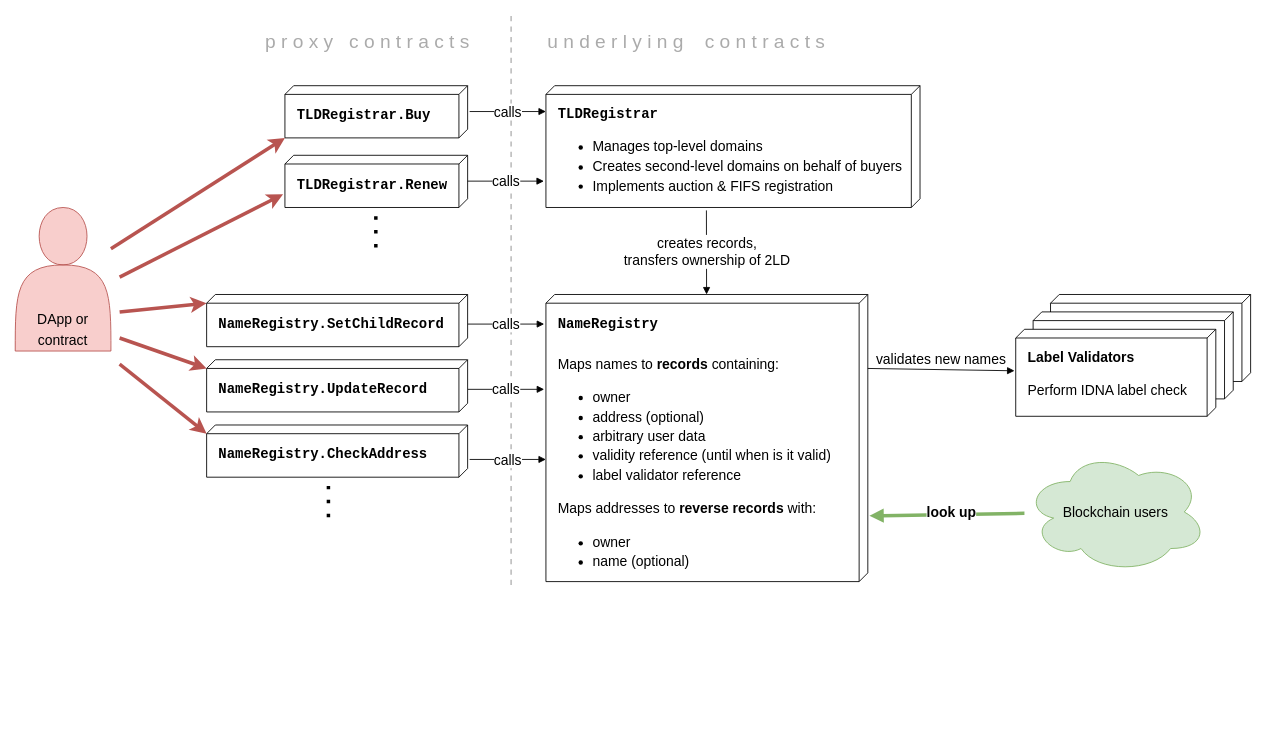
The draw.io diagram .gitbook/assets/smart_contracts.drawio in tezos-domains/docs, before the edit. Source tidied: cells renumbered, new cells numbered last; positions are measured from the earlier drawing's top-left corner, leaving out a move shared by most shapes. Both pictures are drawn from the tidied source at 87%, with x=0, y=0 at pixel (15, 16).
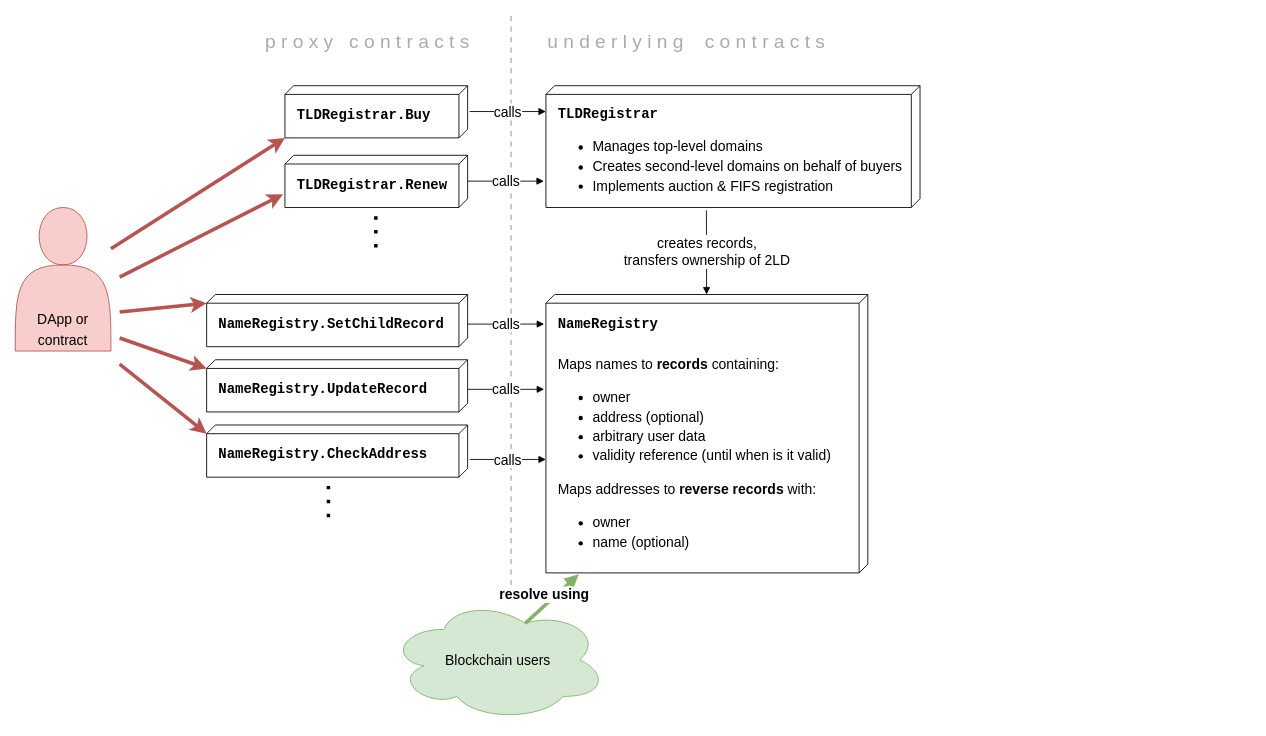
Above is the later version.

Commit message:
update smart contract overview diagram

The edit, as a diff of the source:
```diff
@@
-    <mxCell id="3" value="&lt;font&gt;&lt;br&gt;&lt;/font&gt;" style="verticalAlign=top;align=left;spacingTop=16;spacingLeft=12;spacingRight=12;shape=cube;size=10;direction=south;fontStyle=0;html=1;fontSize=16;fontColor=#000000;" parent="1" vertex="1">
-      <mxGeometry x="1190" y="320" width="230" height="100" as="geometry" />
-    </mxCell>
-    <mxCell id="4" value="&lt;font&gt;&lt;br&gt;&lt;/font&gt;" style="verticalAlign=top;align=left;spacingTop=16;spacingLeft=12;spacingRight=12;shape=cube;size=10;direction=south;fontStyle=0;html=1;fontSize=16;fontColor=#000000;" parent="1" vertex="1">
-      <mxGeometry x="1170" y="340" width="230" height="100" as="geometry" />
-    </mxCell>
-    <mxCell id="5" value="&lt;font style=&quot;line-height: 140%&quot;&gt;&lt;font face=&quot;Courier New&quot;&gt;&lt;b&gt;&lt;font style=&quot;font-size: 16px&quot;&gt;NameRegistry&lt;/font&gt;&lt;br style=&quot;font-size: 16px&quot;&gt;&lt;br style=&quot;font-size: 16px&quot;&gt;&lt;/b&gt;&lt;/font&gt;Maps names to &lt;b&gt;records&lt;/b&gt; containing:&lt;br&gt;&lt;ul style=&quot;font-size: 16px&quot;&gt;&lt;li&gt;&lt;font style=&quot;font-size: 16px&quot;&gt;owner&lt;/font&gt;&lt;/li&gt;&lt;li&gt;address (optional)&lt;/li&gt;&lt;li&gt;&lt;span&gt;arbitrary user data&lt;/span&gt;&lt;/li&gt;&lt;li&gt;&lt;span&gt;validity reference (until when is&amp;nbsp;&lt;/span&gt;it valid)&lt;/li&gt;&lt;li&gt;label validator reference&lt;/li&gt;&lt;/ul&gt;&lt;div&gt;Maps addresses to &lt;b&gt;reverse records&lt;/b&gt; with:&lt;br&gt;&lt;ul style=&quot;line-height: 22.4px&quot;&gt;&lt;li&gt;owner&lt;/li&gt;&lt;li&gt;name (optional)&lt;/li&gt;&lt;/ul&gt;&lt;/div&gt;&lt;/font&gt;" style="verticalAlign=top;align=left;spacingTop=16;spacingLeft=12;spacingRight=12;shape=cube;size=10;direction=south;fontStyle=0;html=1;fontSize=16;fontColor=#000000;whiteSpace=wrap;" parent="1" vertex="1">
-      <mxGeometry x="610" y="320" width="370" height="330" as="geometry" />
+    <mxCell id="5" value="&lt;font style=&quot;line-height: 140%&quot;&gt;&lt;font face=&quot;Courier New&quot;&gt;&lt;b&gt;&lt;font style=&quot;font-size: 16px&quot;&gt;NameRegistry&lt;/font&gt;&lt;br style=&quot;font-size: 16px&quot;&gt;&lt;br style=&quot;font-size: 16px&quot;&gt;&lt;/b&gt;&lt;/font&gt;Maps names to &lt;b&gt;records&lt;/b&gt; containing:&lt;br&gt;&lt;ul style=&quot;font-size: 16px&quot;&gt;&lt;li&gt;&lt;font style=&quot;font-size: 16px&quot;&gt;owner&lt;/font&gt;&lt;/li&gt;&lt;li&gt;address (optional)&lt;/li&gt;&lt;li&gt;&lt;span&gt;arbitrary user data&lt;/span&gt;&lt;/li&gt;&lt;li&gt;&lt;span&gt;validity reference (until when is&amp;nbsp;&lt;/span&gt;it valid)&lt;/li&gt;&lt;/ul&gt;&lt;div&gt;Maps addresses to &lt;b&gt;reverse records&lt;/b&gt; with:&lt;br&gt;&lt;ul style=&quot;line-height: 22.4px&quot;&gt;&lt;li&gt;owner&lt;/li&gt;&lt;li&gt;name (optional)&lt;/li&gt;&lt;/ul&gt;&lt;/div&gt;&lt;/font&gt;" style="verticalAlign=top;align=left;spacingTop=16;spacingLeft=12;spacingRight=12;shape=cube;size=10;direction=south;fontStyle=0;html=1;fontSize=16;fontColor=#000000;whiteSpace=wrap;" parent="1" vertex="1">
+      <mxGeometry x="610" y="320" width="370" height="320" as="geometry" />
     </mxCell>
-    <mxCell id="6" value="&lt;font&gt;&lt;font style=&quot;font-size: 16px&quot;&gt;&lt;b&gt;Label Validators&lt;/b&gt;&lt;/font&gt;&lt;br style=&quot;font-size: 16px&quot;&gt;&lt;br style=&quot;font-size: 16px&quot;&gt;Perform IDNA label check&lt;br&gt;&lt;/font&gt;" style="verticalAlign=top;align=left;spacingTop=16;spacingLeft=12;spacingRight=12;shape=cube;size=10;direction=south;fontStyle=0;html=1;fontSize=16;fontColor=#000000;" parent="1" vertex="1">
-      <mxGeometry x="1150" y="360" width="230" height="100" as="geometry" />
-    </mxCell>
-    <mxCell id="7" value="validates new names" style="html=1;verticalAlign=bottom;endArrow=block;fontSize=16;fontColor=#000000;exitX=0;exitY=0;exitDx=85;exitDy=0;exitPerimeter=0;entryX=0.477;entryY=1.006;entryDx=0;entryDy=0;entryPerimeter=0;strokeWidth=1;" parent="1" edge="1" source="5" target="6">
-      <mxGeometry relative="1" as="geometry" />
-    </mxCell>
@@
     <mxCell id="13" value="Blockchain users" style="ellipse;shape=cloud;whiteSpace=wrap;html=1;fontSize=16;fillColor=#d5e8d4;strokeColor=#82b366;" parent="1" vertex="1">
-      <mxGeometry x="1160" y="500" width="210" height="140" as="geometry" />
+      <mxGeometry x="430" y="670" width="250" height="140" as="geometry" />
     </mxCell>
-    <mxCell id="14" value="look up" style="html=1;verticalAlign=bottom;endArrow=block;fontSize=16;fillColor=#d5e8d4;strokeColor=#82b366;strokeWidth=4;fontStyle=1;entryX=0.771;entryY=-0.005;entryDx=0;entryDy=0;entryPerimeter=0;" parent="1" edge="1" source="13" target="5">
+    <mxCell id="14" value="resolve using" style="html=1;verticalAlign=middle;endArrow=block;fontSize=16;fillColor=#d5e8d4;strokeColor=#82b366;strokeWidth=4;fontStyle=1;exitX=0.625;exitY=0.2;exitDx=0;exitDy=0;exitPerimeter=0;entryX=1.005;entryY=0.898;entryDx=0;entryDy=0;entryPerimeter=0;" parent="1" edge="1" source="13" target="5">
       <mxGeometry x="-0.07" y="9" relative="1" as="geometry">
         <mxPoint x="-1" as="offset" />
       </mxGeometry>
     </mxCell>
```
